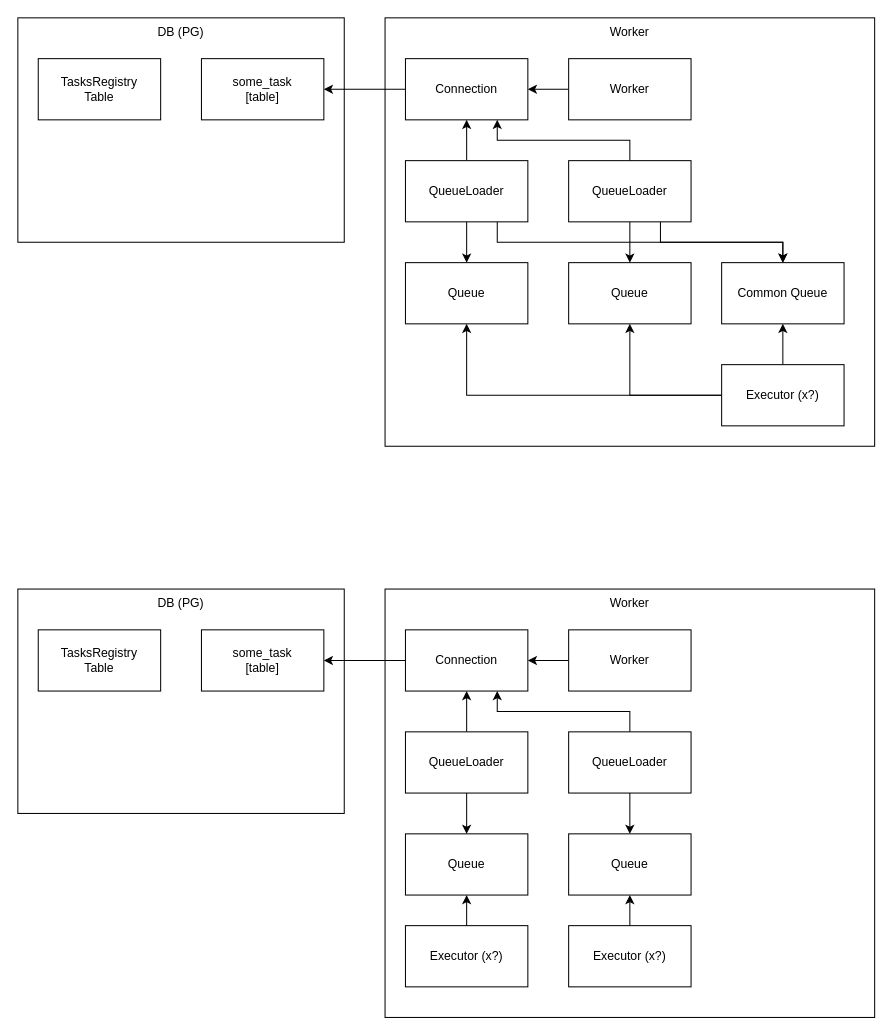
Above: page "DB" (3 of 3) of docs/schemes.drawio in variasov/pg-tasks-python (draw.io), before the change. Source tidied: cells renumbered, new cells numbered last; positions are measured from the earlier drawing's top-left corner, leaving out a move shared by most shapes. Both pictures are drawn from the tidied source at 102%, with x=0, y=0 at pixel (17, 17).
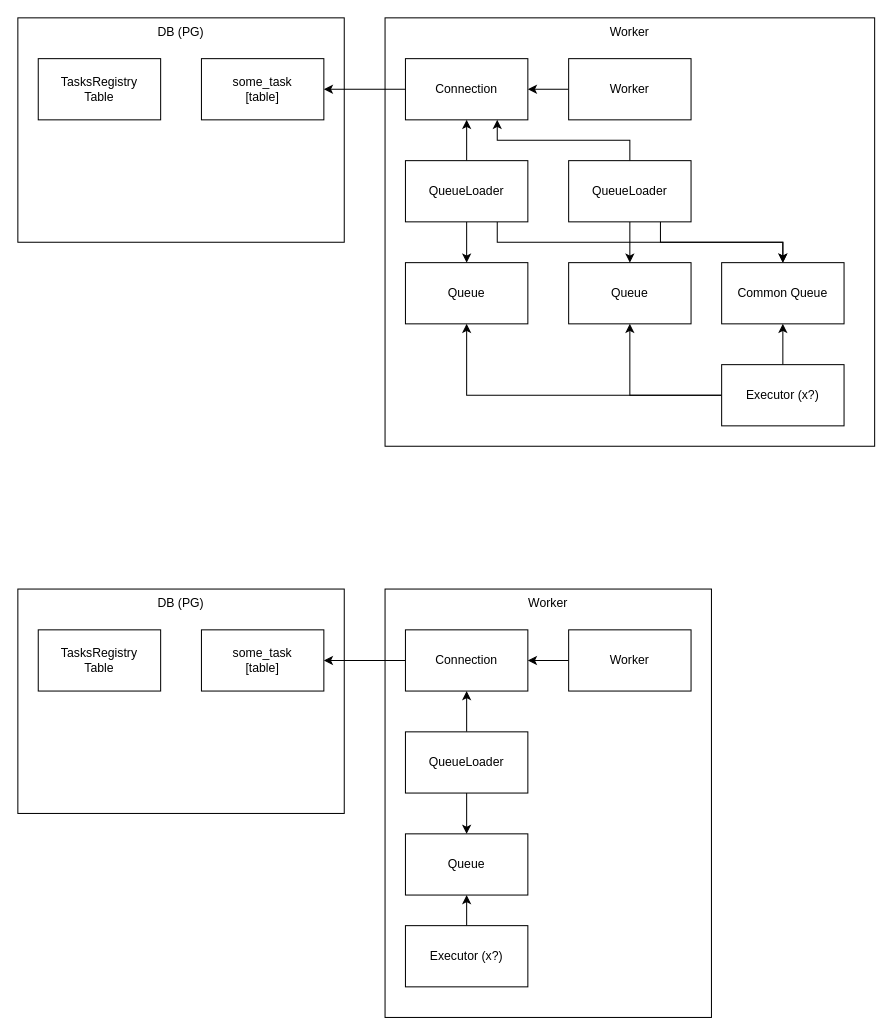
Above is the later version.

The change refers to these unchanged cells:
```xml
<mxCell id="30" value="Connection" style="whiteSpace=wrap;html=1;" parent="1" vertex="1">
  <mxGeometry x="380" y="600" width="120" height="60" as="geometry" />
</mxCell>
```

Change to the diagram source:
```diff
@@
     <mxCell id="27" value="Worker" style="whiteSpace=wrap;html=1;verticalAlign=top;" parent="1" vertex="1">
-      <mxGeometry x="360" y="560" width="480" height="420" as="geometry" />
+      <mxGeometry x="360" y="560" width="320" height="420" as="geometry" />
     </mxCell>
@@
-    <mxCell id="37" value="Queue" style="whiteSpace=wrap;html=1;" parent="1" vertex="1">
-      <mxGeometry x="540" y="800" width="120" height="60" as="geometry" />
-    </mxCell>
-    <mxCell id="38" style="edgeStyle=orthogonalEdgeStyle;rounded=0;jettySize=auto;html=1;entryX=0.75;entryY=1;entryDx=0;entryDy=0;" parent="1" edge="1" source="40" target="30">
-      <mxGeometry relative="1" as="geometry">
-        <Array as="points">
-          <mxPoint x="600" y="680" />
-          <mxPoint x="470" y="680" />
-        </Array>
-      </mxGeometry>
-    </mxCell>
-    <mxCell id="39" style="edgeStyle=orthogonalEdgeStyle;rounded=0;jettySize=auto;html=1;exitX=0.5;exitY=1;exitDx=0;exitDy=0;" parent="1" edge="1" source="40" target="37">
-      <mxGeometry relative="1" as="geometry" />
-    </mxCell>
-    <mxCell id="40" value="QueueLoader" style="whiteSpace=wrap;html=1;" parent="1" vertex="1">
-      <mxGeometry x="540" y="700" width="120" height="60" as="geometry" />
-    </mxCell>
@@
-    <mxCell id="43" style="edgeStyle=orthogonalEdgeStyle;rounded=0;jettySize=auto;html=1;" parent="1" edge="1" source="44" target="37">
-      <mxGeometry relative="1" as="geometry" />
-    </mxCell>
-    <mxCell id="44" value="Executor (x?)" style="whiteSpace=wrap;html=1;" parent="1" vertex="1">
-      <mxGeometry x="540" y="890" width="120" height="60" as="geometry" />
-    </mxCell>
```
